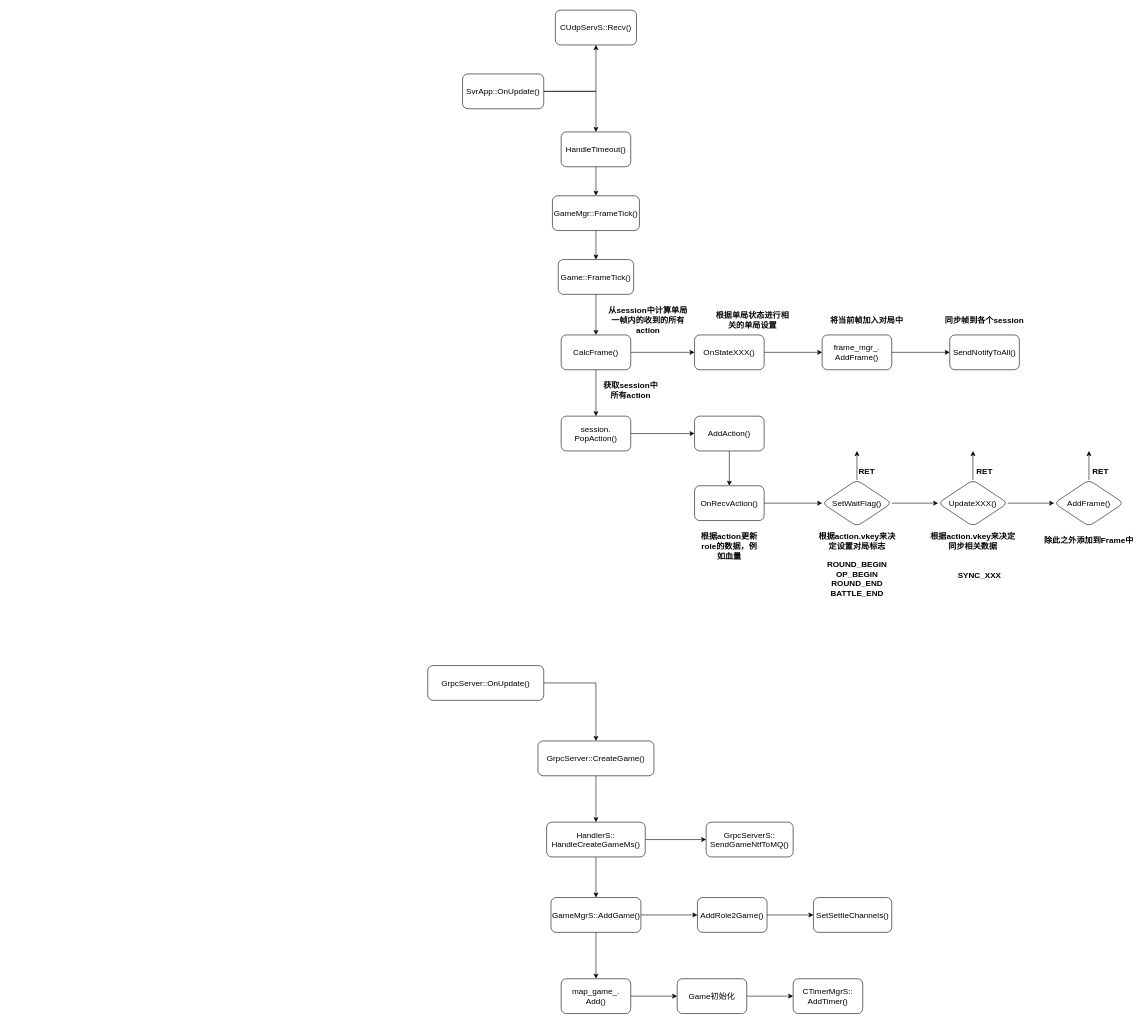
This is pvp.drawio from walkerdu/draw_io, a draw.io file, before an edit. Source tidied: cells renumbered, new cells numbered last; positions are measured from the earlier drawing's top-left corner, leaving out a move shared by most shapes. Both pictures are drawn from the tidied source at 58%, with x=0, y=0 at pixel (427, 10).
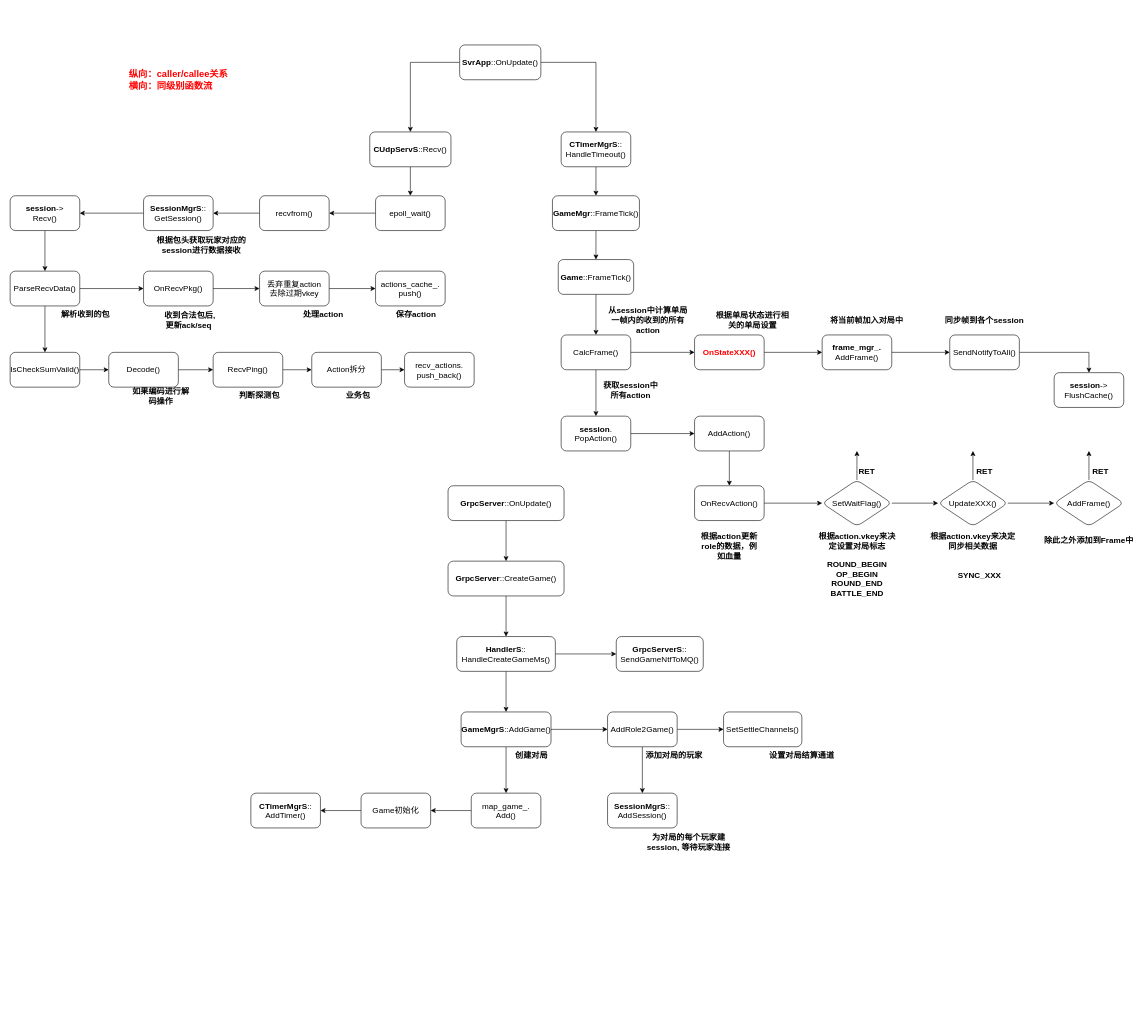
The same page after the edit.

The change refers to these unchanged cells:
```xml
<mxCell id="18" value="&lt;font style=&quot;font-size: 14px&quot;&gt;SendNotifyToAll()&lt;/font&gt;" style="whiteSpace=wrap;html=1;rounded=1;" parent="1" vertex="1">
  <mxGeometry x="900" y="560" width="120" height="60" as="geometry" />
</mxCell>
```

The edit, as a diff of the source:
```diff
@@
-    <mxCell id="3" style="edgeStyle=orthogonalEdgeStyle;rounded=0;jettySize=auto;html=1;" parent="1" edge="1" source="4" target="15">
+    <mxCell id="3" style="edgeStyle=orthogonalEdgeStyle;rounded=0;jettySize=auto;html=1;exitX=0;exitY=0.5;exitDx=0;exitDy=0;" parent="1" edge="1" source="4" target="15">
       <mxGeometry relative="1" as="geometry" />
     </mxCell>
-    <mxCell id="4" value="&lt;font style=&quot;font-size: 14px&quot;&gt;SvrApp::OnUpdate()&lt;/font&gt;" style="rounded=1;whiteSpace=wrap;html=1;" parent="1" vertex="1">
-      <mxGeometry x="60" y="110" width="140" height="60" as="geometry" />
+    <mxCell id="4" value="&lt;font style=&quot;font-size: 14px&quot;&gt;&lt;b&gt;SvrApp&lt;/b&gt;::OnUpdate()&lt;/font&gt;" style="rounded=1;whiteSpace=wrap;html=1;" parent="1" vertex="1">
+      <mxGeometry x="55" y="60" width="140" height="60" as="geometry" />
     </mxCell>
@@
-    <mxCell id="6" value="&lt;font style=&quot;font-size: 14px&quot;&gt;HandleTimeout()&lt;/font&gt;" style="whiteSpace=wrap;html=1;rounded=1;" parent="1" vertex="1">
+    <mxCell id="6" value="&lt;font style=&quot;font-size: 14px&quot;&gt;&lt;b&gt;CTimerMgrS&lt;/b&gt;::&lt;br&gt;HandleTimeout()&lt;/font&gt;" style="whiteSpace=wrap;html=1;rounded=1;" parent="1" vertex="1">
       <mxGeometry x="230" y="210" width="120" height="60" as="geometry" />
     </mxCell>
@@
-    <mxCell id="8" value="&lt;font style=&quot;font-size: 14px&quot;&gt;GameMgr::FrameTick()&lt;/font&gt;" style="whiteSpace=wrap;html=1;rounded=1;" parent="1" vertex="1">
+    <mxCell id="8" value="&lt;font style=&quot;font-size: 14px&quot;&gt;&lt;b&gt;GameMgr&lt;/b&gt;::FrameTick()&lt;/font&gt;" style="whiteSpace=wrap;html=1;rounded=1;" parent="1" vertex="1">
       <mxGeometry x="215" y="320" width="150" height="60" as="geometry" />
     </mxCell>
@@
-    <mxCell id="10" value="&lt;font style=&quot;font-size: 14px&quot;&gt;Game::FrameTick()&lt;/font&gt;" style="whiteSpace=wrap;html=1;rounded=1;" parent="1" vertex="1">
+    <mxCell id="10" value="&lt;font style=&quot;font-size: 14px&quot;&gt;&lt;b&gt;Game&lt;/b&gt;::FrameTick()&lt;/font&gt;" style="whiteSpace=wrap;html=1;rounded=1;" parent="1" vertex="1">
       <mxGeometry x="225" y="430" width="130" height="60" as="geometry" />
     </mxCell>
@@
-    <mxCell id="13" value="&lt;font style=&quot;font-size: 14px&quot;&gt;OnStateXXX()&lt;/font&gt;" style="whiteSpace=wrap;html=1;rounded=1;" parent="1" vertex="1">
+    <mxCell id="13" value="&lt;font style=&quot;font-size: 14px&quot; color=&quot;#ff0000&quot;&gt;&lt;b&gt;OnStateXXX()&lt;/b&gt;&lt;/font&gt;" style="whiteSpace=wrap;html=1;rounded=1;" parent="1" vertex="1">
       <mxGeometry x="460" y="560" width="120" height="60" as="geometry" />
     </mxCell>
@@
+    <mxCell id="67" style="edgeStyle=orthogonalEdgeStyle;rounded=0;jettySize=auto;html=1;" parent="1" edge="1" source="15" target="76">
+      <mxGeometry relative="1" as="geometry" />
+    </mxCell>
-    <mxCell id="15" value="&lt;font style=&quot;font-size: 14px&quot;&gt;CUdpServS::Recv()&lt;/font&gt;" style="whiteSpace=wrap;html=1;rounded=1;" parent="1" vertex="1">
-      <mxGeometry x="220" width="140" height="60" as="geometry" />
+    <mxCell id="15" value="&lt;font style=&quot;font-size: 14px&quot;&gt;&lt;b&gt;CUdpServS&lt;/b&gt;::Recv()&lt;/font&gt;" style="whiteSpace=wrap;html=1;rounded=1;" parent="1" vertex="1">
+      <mxGeometry x="-100" y="210" width="140" height="60" as="geometry" />
     </mxCell>
@@
+    <mxCell id="68" style="edgeStyle=orthogonalEdgeStyle;rounded=0;jettySize=auto;html=1;" parent="1" edge="1" source="18" target="107">
+      <mxGeometry relative="1" as="geometry" />
+    </mxCell>
@@
-    <mxCell id="21" value="&lt;font style=&quot;font-size: 14px&quot;&gt;session.&lt;br&gt;PopAction()&lt;/font&gt;" style="whiteSpace=wrap;html=1;rounded=1;" parent="1" vertex="1">
+    <mxCell id="21" value="&lt;font style=&quot;font-size: 14px&quot;&gt;&lt;b&gt;session&lt;/b&gt;.&lt;br&gt;PopAction()&lt;/font&gt;" style="whiteSpace=wrap;html=1;rounded=1;" parent="1" vertex="1">
       <mxGeometry x="230" y="700" width="120" height="60" as="geometry" />
     </mxCell>
@@
-    <mxCell id="24" value="&lt;font style=&quot;font-size: 14px&quot;&gt;frame_mgr_.&lt;br&gt;AddFrame()&lt;/font&gt;" style="whiteSpace=wrap;html=1;rounded=1;" parent="1" vertex="1">
+    <mxCell id="24" value="&lt;font style=&quot;font-size: 14px&quot;&gt;&lt;b&gt;frame_mgr_.&lt;br&gt;&lt;/b&gt;AddFrame()&lt;/font&gt;" style="whiteSpace=wrap;html=1;rounded=1;" parent="1" vertex="1">
       <mxGeometry x="680" y="560" width="120" height="60" as="geometry" />
     </mxCell>
@@
-    <mxCell id="48" style="edgeStyle=orthogonalEdgeStyle;rounded=0;jettySize=auto;html=1;exitX=1;exitY=0.5;exitDx=0;exitDy=0;" parent="1" edge="1" source="49" target="51">
+    <mxCell id="48" style="edgeStyle=orthogonalEdgeStyle;rounded=0;jettySize=auto;html=1;exitX=0.5;exitY=1;exitDx=0;exitDy=0;" parent="1" edge="1" source="49" target="51">
       <mxGeometry relative="1" as="geometry" />
     </mxCell>
-    <mxCell id="49" value="&lt;font style=&quot;font-size: 14px&quot;&gt;GrpcServer::OnUpdate()&lt;/font&gt;" style="rounded=1;whiteSpace=wrap;html=1;" parent="1" vertex="1">
-      <mxGeometry y="1130" width="200" height="60" as="geometry" />
+    <mxCell id="49" value="&lt;font style=&quot;font-size: 14px&quot;&gt;&lt;b&gt;GrpcServer&lt;/b&gt;::OnUpdate()&lt;/font&gt;" style="rounded=1;whiteSpace=wrap;html=1;" parent="1" vertex="1">
+      <mxGeometry x="35" y="820" width="200" height="60" as="geometry" />
     </mxCell>
@@
-    <mxCell id="51" value="&lt;font style=&quot;font-size: 14px&quot;&gt;GrpcServer::CreateGame()&lt;/font&gt;" style="rounded=1;whiteSpace=wrap;html=1;" parent="1" vertex="1">
-      <mxGeometry x="190" y="1260" width="200" height="60" as="geometry" />
+    <mxCell id="51" value="&lt;font style=&quot;font-size: 14px&quot;&gt;&lt;b&gt;GrpcServer&lt;/b&gt;::CreateGame()&lt;/font&gt;" style="rounded=1;whiteSpace=wrap;html=1;" parent="1" vertex="1">
+      <mxGeometry x="35" y="950" width="200" height="60" as="geometry" />
     </mxCell>
@@
-    <mxCell id="54" value="&lt;font style=&quot;font-size: 14px&quot;&gt;HandlerS::&lt;br&gt;HandleCreateGameMs()&lt;/font&gt;" style="whiteSpace=wrap;html=1;rounded=1;" parent="1" vertex="1">
-      <mxGeometry x="205" y="1400" width="170" height="60" as="geometry" />
+    <mxCell id="54" value="&lt;font style=&quot;font-size: 14px&quot;&gt;&lt;b&gt;HandlerS&lt;/b&gt;::&lt;br&gt;HandleCreateGameMs()&lt;/font&gt;" style="whiteSpace=wrap;html=1;rounded=1;" parent="1" vertex="1">
+      <mxGeometry x="50" y="1080" width="170" height="60" as="geometry" />
     </mxCell>
@@
-    <mxCell id="57" value="&lt;font style=&quot;font-size: 14px&quot;&gt;GameMgrS::AddGame()&lt;/font&gt;" style="whiteSpace=wrap;html=1;rounded=1;" parent="1" vertex="1">
-      <mxGeometry x="212.5" y="1530" width="155" height="60" as="geometry" />
+    <mxCell id="57" value="&lt;font style=&quot;font-size: 14px&quot;&gt;&lt;b&gt;GameMgrS&lt;/b&gt;::AddGame()&lt;/font&gt;" style="whiteSpace=wrap;html=1;rounded=1;" parent="1" vertex="1">
+      <mxGeometry x="57.5" y="1210" width="155" height="60" as="geometry" />
     </mxCell>
@@
     <mxCell id="59" value="&lt;font&gt;&lt;span style=&quot;font-size: 14px&quot;&gt;map_game_.&lt;/span&gt;&lt;br&gt;&lt;span style=&quot;font-size: 14px&quot;&gt;Add()&lt;/span&gt;&lt;/font&gt;" style="whiteSpace=wrap;html=1;rounded=1;" parent="1" vertex="1">
-      <mxGeometry x="230" y="1670" width="120" height="60" as="geometry" />
+      <mxGeometry x="75" y="1350" width="120" height="60" as="geometry" />
     </mxCell>
@@
     <mxCell id="61" value="&lt;font style=&quot;font-size: 14px&quot;&gt;Game初始化&lt;/font&gt;" style="whiteSpace=wrap;html=1;rounded=1;" parent="1" vertex="1">
-      <mxGeometry x="430" y="1670" width="120" height="60" as="geometry" />
+      <mxGeometry x="-115" y="1350" width="120" height="60" as="geometry" />
     </mxCell>
-    <mxCell id="62" value="&lt;font style=&quot;font-size: 14px&quot;&gt;CTimerMgrS::&lt;br&gt;AddTimer()&lt;/font&gt;" style="whiteSpace=wrap;html=1;rounded=1;" parent="1" vertex="1">
-      <mxGeometry x="630" y="1670" width="120" height="60" as="geometry" />
+    <mxCell id="62" value="&lt;font style=&quot;font-size: 14px&quot;&gt;&lt;b&gt;CTimerMgrS&lt;/b&gt;::&lt;br&gt;AddTimer()&lt;/font&gt;" style="whiteSpace=wrap;html=1;rounded=1;" parent="1" vertex="1">
+      <mxGeometry x="-305" y="1350" width="120" height="60" as="geometry" />
     </mxCell>
@@
+    <mxCell id="69" style="edgeStyle=orthogonalEdgeStyle;rounded=0;jettySize=auto;html=1;" parent="1" edge="1" source="64" target="70">
+      <mxGeometry relative="1" as="geometry" />
+    </mxCell>
     <mxCell id="64" value="&lt;font style=&quot;font-size: 14px&quot;&gt;AddRole2Game()&lt;/font&gt;" style="whiteSpace=wrap;html=1;rounded=1;" parent="1" vertex="1">
-      <mxGeometry x="465" y="1530" width="120" height="60" as="geometry" />
+      <mxGeometry x="310" y="1210" width="120" height="60" as="geometry" />
     </mxCell>
     <mxCell id="65" value="&lt;font style=&quot;font-size: 14px&quot;&gt;SetSettleChannels()&lt;/font&gt;" style="whiteSpace=wrap;html=1;rounded=1;" parent="1" vertex="1">
-      <mxGeometry x="665" y="1530" width="135" height="60" as="geometry" />
+      <mxGeometry x="510" y="1210" width="135" height="60" as="geometry" />
     </mxCell>
-    <mxCell id="66" value="&lt;font style=&quot;font-size: 14px&quot;&gt;GrpcServerS::&lt;br&gt;SendGameNtfToMQ()&lt;/font&gt;" style="whiteSpace=wrap;html=1;rounded=1;" parent="1" vertex="1">
-      <mxGeometry x="480" y="1400" width="150" height="60" as="geometry" />
+    <mxCell id="66" value="&lt;font style=&quot;font-size: 14px&quot;&gt;&lt;b&gt;GrpcServerS&lt;/b&gt;::&lt;br&gt;SendGameNtfToMQ()&lt;/font&gt;" style="whiteSpace=wrap;html=1;rounded=1;" parent="1" vertex="1">
+      <mxGeometry x="325" y="1080" width="150" height="60" as="geometry" />
     </mxCell>
+    <mxCell id="70" value="&lt;font style=&quot;font-size: 14px&quot;&gt;&lt;b&gt;SessionMgrS&lt;/b&gt;::&lt;br&gt;AddSession()&lt;/font&gt;" style="whiteSpace=wrap;html=1;rounded=1;" parent="1" vertex="1">
+      <mxGeometry x="310" y="1350" width="120" height="60" as="geometry" />
+    </mxCell>
+    <mxCell id="71" value="&lt;span style=&quot;font-size: 14px&quot;&gt;添加对局的玩家&lt;/span&gt;" style="text;html=1;strokeColor=none;fillColor=none;align=center;verticalAlign=middle;whiteSpace=wrap;rounded=0;fontStyle=1;" parent="1" vertex="1">
+      <mxGeometry x="375" y="1260" width="100" height="50" as="geometry" />
+    </mxCell>
+    <mxCell id="72" value="&lt;span style=&quot;font-size: 14px&quot;&gt;创建对局&lt;/span&gt;" style="text;html=1;strokeColor=none;fillColor=none;align=center;verticalAlign=middle;whiteSpace=wrap;rounded=0;fontStyle=1;" parent="1" vertex="1">
+      <mxGeometry x="129" y="1260" width="100" height="50" as="geometry" />
+    </mxCell>
+    <mxCell id="73" value="&lt;span style=&quot;font-size: 14px&quot;&gt;设置对局结算通道&lt;/span&gt;" style="text;html=1;strokeColor=none;fillColor=none;align=center;verticalAlign=middle;whiteSpace=wrap;rounded=0;fontStyle=1;" parent="1" vertex="1">
+      <mxGeometry x="585" y="1260" width="120" height="50" as="geometry" />
+    </mxCell>
+    <mxCell id="74" value="&lt;span style=&quot;font-size: 14px&quot;&gt;为对局的每个玩家&lt;/span&gt;&lt;span style=&quot;font-size: 14px&quot;&gt;建session, 等待玩家连接&lt;/span&gt;" style="text;html=1;strokeColor=none;fillColor=none;align=center;verticalAlign=middle;whiteSpace=wrap;rounded=0;fontStyle=1;" parent="1" vertex="1">
+      <mxGeometry x="375" y="1410" width="150" height="50" as="geometry" />
+    </mxCell>
+    <mxCell id="75" style="edgeStyle=orthogonalEdgeStyle;rounded=0;jettySize=auto;html=1;" parent="1" edge="1" source="76" target="78">
+      <mxGeometry relative="1" as="geometry" />
+    </mxCell>
+    <mxCell id="76" value="&lt;font style=&quot;font-size: 14px&quot;&gt;epoll_wait()&lt;/font&gt;" style="whiteSpace=wrap;html=1;rounded=1;" parent="1" vertex="1">
+      <mxGeometry x="-90" y="320" width="120" height="60" as="geometry" />
+    </mxCell>
+    <mxCell id="77" style="edgeStyle=orthogonalEdgeStyle;rounded=0;jettySize=auto;html=1;" parent="1" edge="1" source="78" target="80">
+      <mxGeometry relative="1" as="geometry" />
+    </mxCell>
+    <mxCell id="78" value="&lt;font style=&quot;font-size: 14px&quot;&gt;recvfrom()&lt;/font&gt;" style="whiteSpace=wrap;html=1;rounded=1;" parent="1" vertex="1">
+      <mxGeometry x="-290" y="320" width="120" height="60" as="geometry" />
+    </mxCell>
+    <mxCell id="79" style="edgeStyle=orthogonalEdgeStyle;rounded=0;jettySize=auto;html=1;" parent="1" edge="1" source="80" target="82">
+      <mxGeometry relative="1" as="geometry" />
+    </mxCell>
+    <mxCell id="80" value="&lt;font style=&quot;font-size: 14px&quot;&gt;&lt;b&gt;SessionMgrS&lt;/b&gt;::&lt;br&gt;GetSession()&lt;/font&gt;" style="whiteSpace=wrap;html=1;rounded=1;" parent="1" vertex="1">
+      <mxGeometry x="-490" y="320" width="120" height="60" as="geometry" />
+    </mxCell>
+    <mxCell id="81" style="edgeStyle=orthogonalEdgeStyle;rounded=0;jettySize=auto;html=1;" parent="1" edge="1" source="82" target="85">
+      <mxGeometry relative="1" as="geometry" />
+    </mxCell>
+    <mxCell id="82" value="&lt;font style=&quot;font-size: 14px&quot;&gt;&lt;b&gt;session&lt;/b&gt;-&amp;gt;&lt;br&gt;Recv()&lt;/font&gt;" style="whiteSpace=wrap;html=1;rounded=1;" parent="1" vertex="1">
+      <mxGeometry x="-720" y="320" width="120" height="60" as="geometry" />
+    </mxCell>
+    <mxCell id="83" style="edgeStyle=orthogonalEdgeStyle;rounded=0;jettySize=auto;html=1;" parent="1" edge="1" source="85" target="87">
+      <mxGeometry relative="1" as="geometry" />
+    </mxCell>
+    <mxCell id="84" style="edgeStyle=orthogonalEdgeStyle;rounded=0;jettySize=auto;html=1;" parent="1" edge="1" source="85" target="96">
+      <mxGeometry relative="1" as="geometry" />
+    </mxCell>
+    <mxCell id="85" value="&lt;font style=&quot;font-size: 14px&quot;&gt;ParseRecvData()&lt;/font&gt;" style="whiteSpace=wrap;html=1;rounded=1;" parent="1" vertex="1">
+      <mxGeometry x="-720" y="450" width="120" height="60" as="geometry" />
+    </mxCell>
+    <mxCell id="86" value="&lt;font style=&quot;font-size: 14px&quot;&gt;解析收到的包&lt;/font&gt;" style="text;html=1;strokeColor=none;fillColor=none;align=center;verticalAlign=middle;whiteSpace=wrap;rounded=0;fontStyle=1;" parent="1" vertex="1">
+      <mxGeometry x="-640" y="510" width="100" height="30" as="geometry" />
+    </mxCell>
+    <mxCell id="87" value="&lt;font style=&quot;font-size: 14px&quot;&gt;OnRecvPkg()&lt;/font&gt;" style="whiteSpace=wrap;html=1;rounded=1;" parent="1" vertex="1">
+      <mxGeometry x="-490" y="450" width="120" height="60" as="geometry" />
+    </mxCell>
+    <mxCell id="88" value="&lt;font style=&quot;font-size: 14px&quot;&gt;收到合法包后, 更新ack/seq&amp;nbsp;&lt;/font&gt;" style="text;html=1;strokeColor=none;fillColor=none;align=center;verticalAlign=middle;whiteSpace=wrap;rounded=0;fontStyle=1;" parent="1" vertex="1">
+      <mxGeometry x="-460" y="520" width="100" height="30" as="geometry" />
+    </mxCell>
+    <mxCell id="89" style="edgeStyle=orthogonalEdgeStyle;rounded=0;jettySize=auto;html=1;" parent="1" edge="1" source="87" target="91">
+      <mxGeometry relative="1" as="geometry" />
+    </mxCell>
+    <mxCell id="90" style="edgeStyle=orthogonalEdgeStyle;rounded=0;jettySize=auto;html=1;" parent="1" edge="1" source="91" target="92">
+      <mxGeometry relative="1" as="geometry" />
+    </mxCell>
+    <mxCell id="91" value="&lt;font style=&quot;font-size: 14px&quot;&gt;丢弃重复action&lt;br&gt;去除过期vkey&lt;/font&gt;" style="whiteSpace=wrap;html=1;rounded=1;" parent="1" vertex="1">
+      <mxGeometry x="-290" y="450" width="120" height="60" as="geometry" />
+    </mxCell>
+    <mxCell id="92" value="&lt;span style=&quot;font-size: 14px&quot;&gt;actions_cache_.&lt;/span&gt;&lt;br style=&quot;font-size: 14px&quot;&gt;&lt;span style=&quot;font-size: 14px&quot;&gt;push()&lt;/span&gt;" style="whiteSpace=wrap;html=1;rounded=1;" parent="1" vertex="1">
+      <mxGeometry x="-90" y="450" width="120" height="60" as="geometry" />
+    </mxCell>
+    <mxCell id="93" value="&lt;font style=&quot;font-size: 14px&quot;&gt;处理action&lt;/font&gt;" style="text;html=1;strokeColor=none;fillColor=none;align=center;verticalAlign=middle;whiteSpace=wrap;rounded=0;fontStyle=1;" parent="1" vertex="1">
+      <mxGeometry x="-230" y="510" width="100" height="30" as="geometry" />
+    </mxCell>
+    <mxCell id="94" value="&lt;font style=&quot;font-size: 14px&quot;&gt;保存action&lt;/font&gt;" style="text;html=1;strokeColor=none;fillColor=none;align=center;verticalAlign=middle;whiteSpace=wrap;rounded=0;fontStyle=1;" parent="1" vertex="1">
+      <mxGeometry x="-70" y="510" width="100" height="30" as="geometry" />
+    </mxCell>
+    <mxCell id="95" style="edgeStyle=orthogonalEdgeStyle;rounded=0;jettySize=auto;html=1;" parent="1" edge="1" source="96" target="98">
+      <mxGeometry relative="1" as="geometry" />
+    </mxCell>
+    <mxCell id="96" value="&lt;font style=&quot;font-size: 14px&quot;&gt;IsCheckSumVaild()&lt;/font&gt;" style="whiteSpace=wrap;html=1;rounded=1;" parent="1" vertex="1">
+      <mxGeometry x="-720" y="590" width="120" height="60" as="geometry" />
+    </mxCell>
+    <mxCell id="97" style="edgeStyle=orthogonalEdgeStyle;rounded=0;jettySize=auto;html=1;" parent="1" edge="1" source="98" target="100">
+      <mxGeometry relative="1" as="geometry" />
+    </mxCell>
+    <mxCell id="98" value="&lt;font style=&quot;font-size: 14px&quot;&gt;Decode()&lt;/font&gt;" style="whiteSpace=wrap;html=1;rounded=1;" parent="1" vertex="1">
+      <mxGeometry x="-550" y="590" width="120" height="60" as="geometry" />
+    </mxCell>
+    <mxCell id="99" style="edgeStyle=orthogonalEdgeStyle;rounded=0;jettySize=auto;html=1;" parent="1" edge="1" source="100" target="102">
+      <mxGeometry relative="1" as="geometry" />
+    </mxCell>
+    <mxCell id="100" value="&lt;font style=&quot;font-size: 14px&quot;&gt;RecvPing()&lt;/font&gt;" style="whiteSpace=wrap;html=1;rounded=1;" parent="1" vertex="1">
+      <mxGeometry x="-370" y="590" width="120" height="60" as="geometry" />
+    </mxCell>
+    <mxCell id="101" style="edgeStyle=orthogonalEdgeStyle;rounded=0;jettySize=auto;html=1;" parent="1" edge="1" source="102" target="103">
+      <mxGeometry relative="1" as="geometry" />
+    </mxCell>
+    <mxCell id="102" value="&lt;font style=&quot;font-size: 14px&quot;&gt;Action拆分&lt;/font&gt;" style="whiteSpace=wrap;html=1;rounded=1;" parent="1" vertex="1">
+      <mxGeometry x="-200" y="590" width="120" height="60" as="geometry" />
+    </mxCell>
+    <mxCell id="103" value="&lt;font style=&quot;font-size: 14px&quot;&gt;recv_actions.&lt;br&gt;push_back()&lt;/font&gt;" style="whiteSpace=wrap;html=1;rounded=1;" parent="1" vertex="1">
+      <mxGeometry x="-40" y="590" width="120" height="60" as="geometry" />
+    </mxCell>
+    <mxCell id="104" value="&lt;span style=&quot;font-size: 14px&quot;&gt;如果编码进行解码操作&lt;/span&gt;" style="text;html=1;strokeColor=none;fillColor=none;align=center;verticalAlign=middle;whiteSpace=wrap;rounded=0;fontStyle=1;" parent="1" vertex="1">
+      <mxGeometry x="-510" y="650" width="100" height="30" as="geometry" />
+    </mxCell>
+    <mxCell id="105" value="&lt;span style=&quot;font-size: 14px&quot;&gt;判断探测包&lt;/span&gt;" style="text;html=1;strokeColor=none;fillColor=none;align=center;verticalAlign=middle;whiteSpace=wrap;rounded=0;fontStyle=1;" parent="1" vertex="1">
+      <mxGeometry x="-340" y="650" width="100" height="30" as="geometry" />
+    </mxCell>
+    <mxCell id="106" value="&lt;span style=&quot;font-size: 14px&quot;&gt;业务包&lt;/span&gt;" style="text;html=1;strokeColor=none;fillColor=none;align=center;verticalAlign=middle;whiteSpace=wrap;rounded=0;fontStyle=1;" parent="1" vertex="1">
+      <mxGeometry x="-170" y="650" width="100" height="30" as="geometry" />
+    </mxCell>
+    <mxCell id="107" value="&lt;font style=&quot;font-size: 14px&quot;&gt;&lt;b&gt;session&lt;/b&gt;-&amp;gt;&lt;br&gt;FlushCache()&lt;/font&gt;" style="whiteSpace=wrap;html=1;rounded=1;" parent="1" vertex="1">
+      <mxGeometry x="1080" y="625" width="120" height="60" as="geometry" />
+    </mxCell>
+    <mxCell id="108" value="&lt;div style=&quot;text-align: left&quot;&gt;&lt;span style=&quot;color: rgb(255 , 0 , 0) ; font-size: medium&quot;&gt;纵向：caller/callee关系&lt;/span&gt;&lt;br&gt;&lt;/div&gt;&lt;div style=&quot;text-align: left&quot;&gt;&lt;font size=&quot;3&quot; color=&quot;#ff0000&quot;&gt;横向：同级别函数流&lt;/font&gt;&lt;/div&gt;" style="text;html=1;strokeColor=none;fillColor=none;align=center;verticalAlign=middle;whiteSpace=wrap;rounded=0;fontStyle=1;" parent="1" vertex="1">
+      <mxGeometry x="-537.5" y="80" width="215" height="80" as="geometry" />
+    </mxCell>
+    <mxCell id="109" value="&lt;span style=&quot;font-size: 14px&quot;&gt;根据包头获取玩家对应的session进行数据接收&lt;/span&gt;" style="text;html=1;strokeColor=none;fillColor=none;align=center;verticalAlign=middle;whiteSpace=wrap;rounded=0;fontStyle=1;" parent="1" vertex="1">
+      <mxGeometry x="-470" y="390" width="160" height="30" as="geometry" />
+    </mxCell>
```
